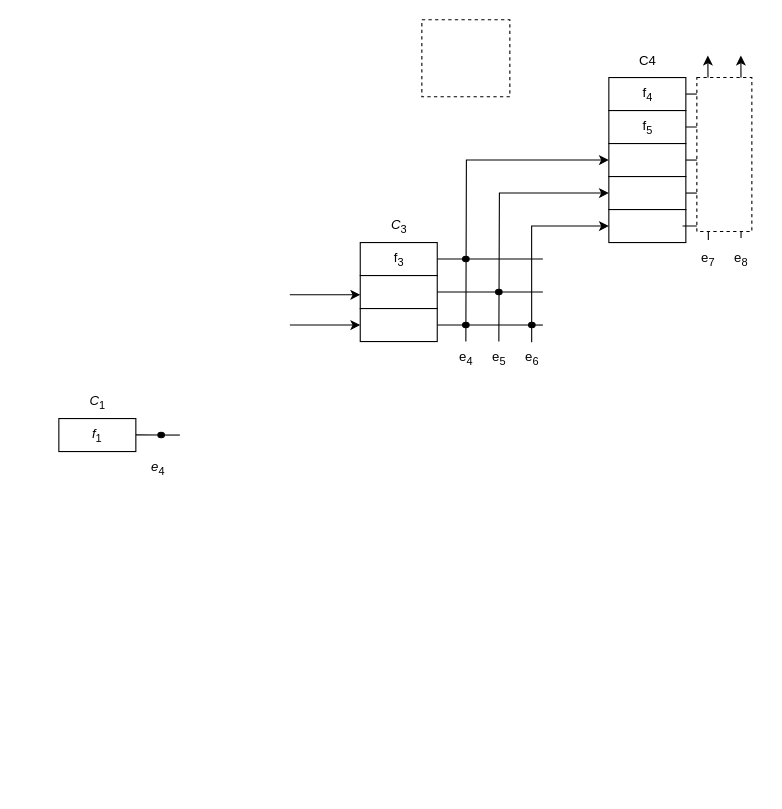
Earlier version of the draw.io diagram page "fmea_2025" (1 of 2) of Diagrams/fmea_2025.drawio (bwolleswinkel/drawio). Source tidied: cells renumbered, new cells numbered last; positions are measured from the earlier drawing's top-left corner, leaving out a move shared by most shapes. Both pictures are drawn from the tidied source at 110%, with x=0, y=0 at pixel (58, 20).
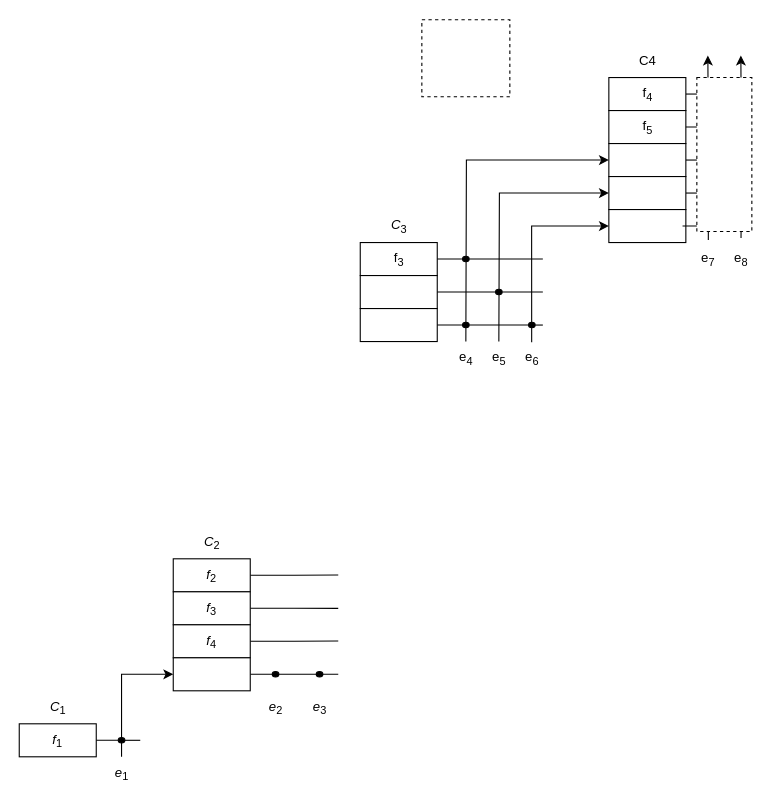
Above is the later version.

The change refers to these unchanged cells:
```xml
<mxCell id="10" style="rounded=0;whiteSpace=wrap;html=1;" parent="1" vertex="1">
  <mxGeometry x="274" y="262" width="70" height="30" as="geometry" />
</mxCell>
```

What changed in the source:
```diff
@@
-    <mxCell id="8" style="edgeStyle=orthogonalEdgeStyle;rounded=0;jettySize=auto;html=1;exitX=0;exitY=0.5;exitDx=0;exitDy=0;startArrow=classic;startFill=1;endArrow=none;endFill=0;" parent="1" edge="1" source="10">
-      <mxGeometry relative="1" as="geometry">
-        <mxPoint x="210" y="277" as="targetPoint" />
-      </mxGeometry>
-    </mxCell>
@@
-    <mxCell id="53" style="edgeStyle=orthogonalEdgeStyle;rounded=0;orthogonalLoop=1;jettySize=auto;html=1;exitX=0;exitY=0.5;exitDx=0;exitDy=0;startArrow=classic;startFill=1;endArrow=none;endFill=0;" parent="1" edge="1">
-      <mxGeometry relative="1" as="geometry">
-        <mxPoint x="274" y="249.5" as="sourcePoint" />
-        <mxPoint x="210" y="249.5" as="targetPoint" />
-      </mxGeometry>
-    </mxCell>
@@
+    <mxCell id="61" style="edgeStyle=orthogonalEdgeStyle;rounded=0;jettySize=auto;html=1;exitX=1;exitY=0.5;exitDx=0;exitDy=0;endArrow=none;startFill=0;" parent="1" edge="1" source="59">
+      <mxGeometry relative="1" as="geometry">
+        <mxPoint x="74" y="654.5" as="targetPoint" />
+        <Array as="points">
+          <mxPoint x="64" y="654.5" />
+          <mxPoint x="64" y="654.5" />
+        </Array>
+      </mxGeometry>
+    </mxCell>
     <mxCell id="55" value="&lt;i&gt;f&lt;/i&gt;&lt;sub&gt;1&lt;/sub&gt;" style="rounded=0;whiteSpace=wrap;html=1;" parent="1" vertex="1">
-      <mxGeometry y="362" width="70" height="30" as="geometry" />
+      <mxGeometry x="-36" y="639.5" width="70" height="30" as="geometry" />
     </mxCell>
     <mxCell id="56" value="&lt;i&gt;C&lt;/i&gt;&lt;sub&gt;1&lt;/sub&gt;" style="text;html=1;align=center;verticalAlign=middle;strokeColor=none;fillColor=none;" parent="1" vertex="1">
-      <mxGeometry x="15" y="332" width="40" height="30" as="geometry" />
+      <mxGeometry x="-21" y="609.5" width="40" height="30" as="geometry" />
     </mxCell>
-    <mxCell id="57" style="endArrow=none;html=1;rounded=0;" parent="1" edge="1" source="59">
-      <mxGeometry relative="1" as="geometry">
-        <mxPoint x="110" y="377" as="targetPoint" />
-      </mxGeometry>
-    </mxCell>
-    <mxCell id="58" style="endArrow=none;html=1;rounded=0;" parent="1" edge="1" target="59">
-      <mxGeometry relative="1" as="geometry">
-        <mxPoint x="70" y="376.8" as="sourcePoint" />
-      </mxGeometry>
-    </mxCell>
+    <mxCell id="62" style="edgeStyle=orthogonalEdgeStyle;rounded=0;jettySize=auto;html=1;entryX=0;entryY=0.5;entryDx=0;entryDy=0;" parent="1" edge="1" source="60" target="72">
+      <mxGeometry relative="1" as="geometry">
+        <Array as="points">
+          <mxPoint x="57" y="594.5" />
+        </Array>
+      </mxGeometry>
+    </mxCell>
+    <mxCell id="60" value="&lt;i&gt;e&lt;/i&gt;&lt;sub&gt;1&lt;/sub&gt;" style="text;html=1;align=center;verticalAlign=middle;points=[];strokeColor=none;fillColor=none;" parent="1" vertex="1">
+      <mxGeometry x="37" y="669.5" width="40" height="30" as="geometry" />
+    </mxCell>
+    <mxCell id="63" style="edgeStyle=orthogonalEdgeStyle;rounded=0;jettySize=auto;html=1;exitX=1;exitY=0.5;exitDx=0;exitDy=0;endArrow=none;startFill=0;" parent="1" edge="1" source="55" target="59">
+      <mxGeometry relative="1" as="geometry" />
+    </mxCell>
     <mxCell id="59" style="ellipse;whiteSpace=wrap;html=1;fillColor=#000000;" parent="1" vertex="1">
-      <mxGeometry x="90" y="374.5" width="6" height="5" as="geometry" />
+      <mxGeometry x="54" y="652" width="6" height="5" as="geometry" />
     </mxCell>
-    <mxCell id="60" value="&lt;i&gt;e&lt;/i&gt;&lt;sub&gt;4&lt;/sub&gt;" style="text;html=1;align=center;verticalAlign=middle;points=[];strokeColor=none;fillColor=none;" parent="1" vertex="1">
-      <mxGeometry x="70" y="392" width="40" height="30" as="geometry" />
-    </mxCell>
+    <mxCell id="64" style="edgeStyle=orthogonalEdgeStyle;rounded=0;jettySize=auto;html=1;exitX=1;exitY=0.5;exitDx=0;exitDy=0;endArrow=none;startFill=0;" parent="1" edge="1" source="65">
+      <mxGeometry relative="1" as="geometry">
+        <mxPoint x="254" y="504.2" as="targetPoint" />
+      </mxGeometry>
+    </mxCell>
+    <mxCell id="65" value="&lt;i&gt;f&lt;/i&gt;&lt;sub&gt;2&lt;/sub&gt;" style="rounded=0;whiteSpace=wrap;html=1;" parent="1" vertex="1">
+      <mxGeometry x="104" y="489.5" width="70" height="30" as="geometry" />
+    </mxCell>
+    <mxCell id="66" value="&lt;i&gt;C&lt;/i&gt;&lt;sub&gt;2&lt;/sub&gt;" style="text;html=1;align=center;verticalAlign=middle;strokeColor=none;fillColor=none;" parent="1" vertex="1">
+      <mxGeometry x="119" y="459.5" width="40" height="30" as="geometry" />
+    </mxCell>
+    <mxCell id="67" style="edgeStyle=orthogonalEdgeStyle;rounded=0;jettySize=auto;html=1;exitX=1;exitY=0.5;exitDx=0;exitDy=0;endArrow=none;startFill=0;" parent="1" edge="1" source="68">
+      <mxGeometry relative="1" as="geometry">
+        <mxPoint x="254" y="534.6" as="targetPoint" />
+      </mxGeometry>
+    </mxCell>
+    <mxCell id="68" value="&lt;i&gt;f&lt;/i&gt;&lt;sub&gt;3&lt;/sub&gt;" style="rounded=0;whiteSpace=wrap;html=1;" parent="1" vertex="1">
+      <mxGeometry x="104" y="519.5" width="70" height="30" as="geometry" />
+    </mxCell>
+    <mxCell id="69" style="edgeStyle=orthogonalEdgeStyle;rounded=0;jettySize=auto;html=1;exitX=1;exitY=0.5;exitDx=0;exitDy=0;endArrow=none;startFill=0;" parent="1" edge="1" source="70">
+      <mxGeometry relative="1" as="geometry">
+        <mxPoint x="254" y="564.2" as="targetPoint" />
+      </mxGeometry>
+    </mxCell>
+    <mxCell id="70" value="&lt;i&gt;f&lt;/i&gt;&lt;sub&gt;4&lt;/sub&gt;" style="rounded=0;whiteSpace=wrap;html=1;" parent="1" vertex="1">
+      <mxGeometry x="104" y="549.5" width="70" height="30" as="geometry" />
+    </mxCell>
+    <mxCell id="71" style="edgeStyle=orthogonalEdgeStyle;rounded=0;jettySize=auto;html=1;exitX=1;exitY=0.5;exitDx=0;exitDy=0;endArrow=none;startFill=0;" parent="1" edge="1" source="72">
+      <mxGeometry relative="1" as="geometry">
+        <mxPoint x="254" y="594.5" as="targetPoint" />
+      </mxGeometry>
+    </mxCell>
+    <mxCell id="72" style="rounded=0;whiteSpace=wrap;html=1;" parent="1" vertex="1">
+      <mxGeometry x="104" y="579.5" width="70" height="30" as="geometry" />
+    </mxCell>
+    <mxCell id="73" style="ellipse;whiteSpace=wrap;html=1;fillColor=#000000;" parent="1" vertex="1">
+      <mxGeometry x="194" y="592" width="6" height="5" as="geometry" />
+    </mxCell>
+    <mxCell id="74" style="ellipse;whiteSpace=wrap;html=1;fillColor=#000000;" parent="1" vertex="1">
+      <mxGeometry x="234" y="592" width="6" height="5" as="geometry" />
+    </mxCell>
+    <mxCell id="75" value="&lt;i&gt;e&lt;/i&gt;&lt;sub&gt;2&lt;/sub&gt;" style="text;html=1;align=center;verticalAlign=middle;strokeColor=none;fillColor=none;" parent="1" vertex="1">
+      <mxGeometry x="177" y="609.5" width="40" height="30" as="geometry" />
+    </mxCell>
+    <mxCell id="76" value="&lt;i&gt;e&lt;/i&gt;&lt;sub&gt;3&lt;/sub&gt;" style="text;html=1;align=center;verticalAlign=middle;strokeColor=none;fillColor=none;" parent="1" vertex="1">
+      <mxGeometry x="217" y="609.5" width="40" height="30" as="geometry" />
+    </mxCell>
```
